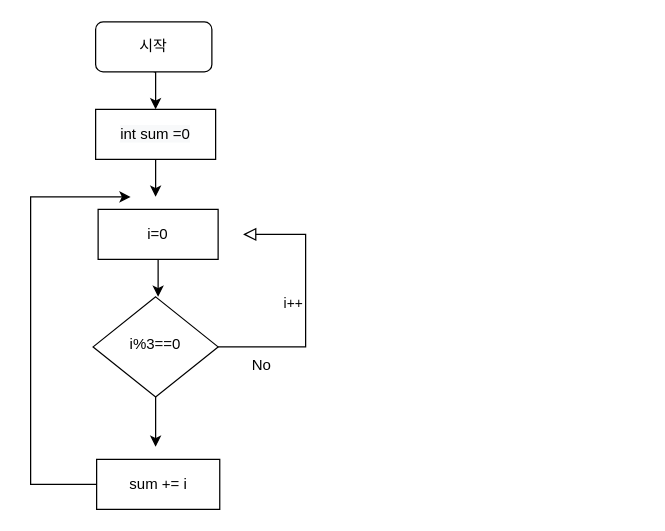
The draw.io diagram Untitled Diagram.drawio in GarotadeIpanema/Csharp, before the edit. Source tidied: cells renumbered, new cells numbered last; positions are measured from the earlier drawing's top-left corner, leaving out a move shared by most shapes. Both pictures are drawn from the tidied source at 125%, with x=0, y=0 at pixel (30, 21).
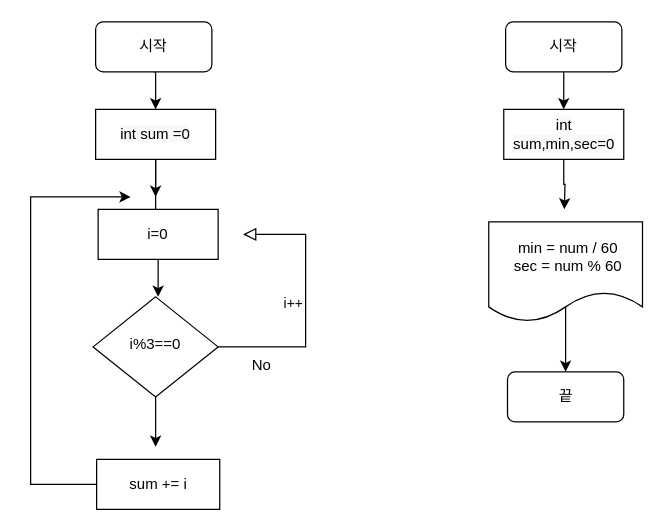
After the change.

The change refers to these unchanged cells:
```xml
<mxCell id="8" value="&#10;&#10;&lt;span style=&quot;color: rgb(0, 0, 0); font-family: helvetica; font-size: 12px; font-style: normal; font-weight: 400; letter-spacing: normal; text-align: center; text-indent: 0px; text-transform: none; word-spacing: 0px; background-color: rgb(248, 249, 250); display: inline; float: none;&quot;&gt;int sum =0&lt;/span&gt;&#10;&#10;" style="rounded=0;whiteSpace=wrap;html=1;" parent="1" vertex="1">
  <mxGeometry x="52" y="70" width="96" height="40" as="geometry" />
</mxCell>
```

The edit, as a diff of the source:
```diff
@@
+    <mxCell id="14" style="edgeStyle=orthogonalEdgeStyle;rounded=0;jettySize=auto;html=1;" parent="1" edge="1" source="8">
+      <mxGeometry relative="1" as="geometry">
+        <mxPoint x="100" y="190" as="targetPoint" />
+      </mxGeometry>
+    </mxCell>
@@
+    <mxCell id="15" style="edgeStyle=orthogonalEdgeStyle;rounded=0;jettySize=auto;html=1;exitX=0.5;exitY=1;exitDx=0;exitDy=0;" parent="1" edge="1" source="16" target="18">
+      <mxGeometry relative="1" as="geometry" />
+    </mxCell>
+    <mxCell id="16" value="시작" style="rounded=1;whiteSpace=wrap;html=1;" parent="1" vertex="1">
+      <mxGeometry x="380" width="93" height="40" as="geometry" />
+    </mxCell>
+    <mxCell id="17" style="edgeStyle=orthogonalEdgeStyle;rounded=0;jettySize=auto;html=1;exitX=0.5;exitY=1;exitDx=0;exitDy=0;" parent="1" edge="1" source="18">
+      <mxGeometry relative="1" as="geometry">
+        <mxPoint x="427" y="150" as="targetPoint" />
+      </mxGeometry>
+    </mxCell>
+    <mxCell id="18" value="&lt;span style=&quot;color: rgb(0 , 0 , 0) ; font-family: &amp;#34;helvetica&amp;#34; ; font-size: 12px ; font-style: normal ; font-weight: 400 ; letter-spacing: normal ; text-align: center ; text-indent: 0px ; text-transform: none ; word-spacing: 0px ; background-color: rgb(248 , 249 , 250) ; display: inline ; float: none&quot;&gt;int sum,min,sec=0&lt;/span&gt;" style="rounded=0;whiteSpace=wrap;html=1;" parent="1" vertex="1">
+      <mxGeometry x="378.5" y="70" width="96" height="40" as="geometry" />
+    </mxCell>
+    <mxCell id="19" style="edgeStyle=orthogonalEdgeStyle;rounded=0;jettySize=auto;html=1;exitX=0.5;exitY=0.838;exitDx=0;exitDy=0;exitPerimeter=0;" parent="1" edge="1" source="20" target="21">
+      <mxGeometry relative="1" as="geometry" />
+    </mxCell>
+    <mxCell id="20" value="&amp;nbsp;min = num / 60&lt;br&gt;&amp;nbsp;sec = num % 60" style="shape=document;whiteSpace=wrap;html=1;boundedLbl=1;" parent="1" vertex="1">
+      <mxGeometry x="366.5" y="160" width="123" height="80" as="geometry" />
+    </mxCell>
+    <mxCell id="21" value="끝" style="rounded=1;whiteSpace=wrap;html=1;" parent="1" vertex="1">
+      <mxGeometry x="381.5" y="280" width="93" height="40" as="geometry" />
+    </mxCell>
```
